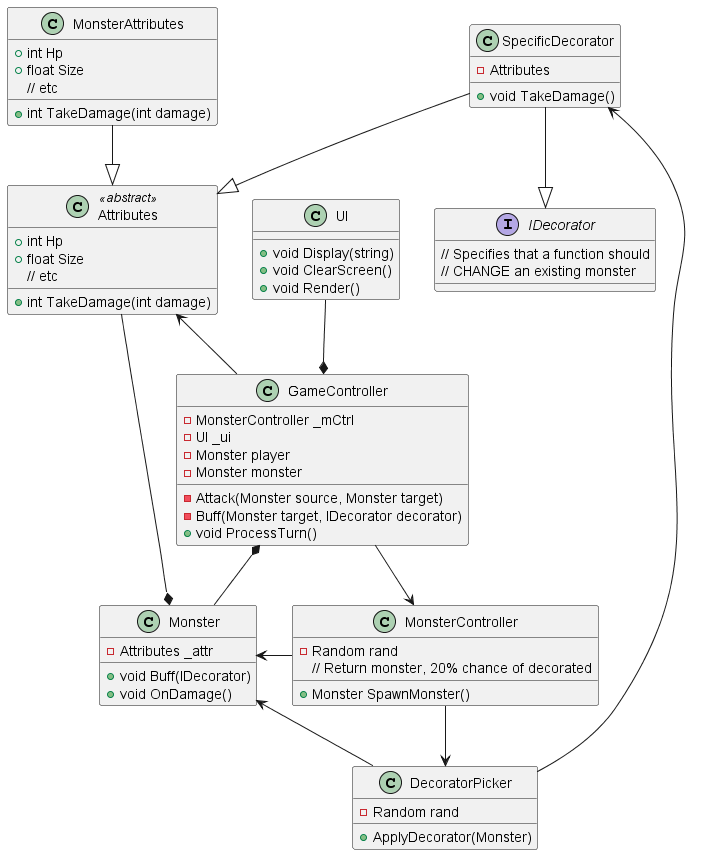
The PlantUML diagram Docs/out/sample_cd/sample_cd.png in MarcinSzymanek/SD_Decorator, before a commit.
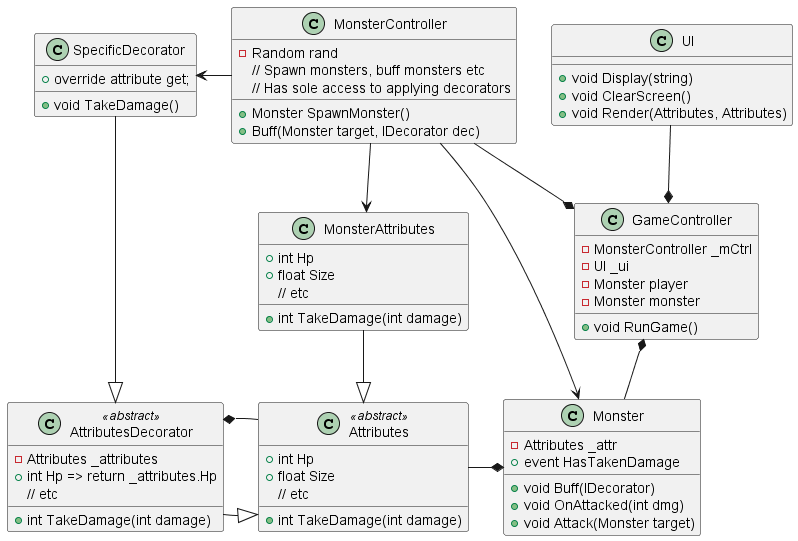
The same diagram one commit later.

Commit message:
Fixed class diagram

Change to the diagram source:
```diff
@@ -1,32 +1,28 @@
 @startuml
 
 MonsterController -u> Monster
-
+SpecificDecorator <- MonsterController
+MonsterController -d-> MonsterAttributes
 MonsterAttributes --|> Attributes
-Attributes <-- GameController
-GameController --> MonsterController
+GameController *-l- MonsterController
 GameController *-- Monster
 UI --* GameController
-MonsterController --> DecoratorPicker
-SpecificDecorator <-- DecoratorPicker
-DecoratorPicker -u-> Monster
-SpecificDecorator --|> Attributes
-SpecificDecorator --|> IDecorator
-Attributes --* Monster
+SpecificDecorator --|> AttributesDecorator
+AttributesDecorator --|> Attributes
+AttributesDecorator *- Attributes
+
+Attributes -r-* Monster
 
 class Monster{
     - Attributes _attr
     + void Buff(IDecorator)
-    + void OnDamage()
-}
-
-class DecoratorPicker{
-    - Random rand
-    + ApplyDecorator(Monster)
+    + event HasTakenDamage
+    + void OnAttacked(int dmg)
+    + void Attack(Monster target)
 }
 
 class SpecificDecorator{
-    - Attributes
+    + override attribute get;
     + void TakeDamage()
 }
 
@@ -35,15 +31,20 @@
     - UI _ui
     - Monster player
     - Monster monster
-    - Attack(Monster source, Monster target)
-    - Buff(Monster target, IDecorator decorator)
-    + void ProcessTurn()
 
+    + void RunGame()
 }
 
 class Attributes <<abstract>>{
     + int Hp
     + float Size
+    + int TakeDamage(int damage)
+    // etc
+}
+
+class AttributesDecorator<<abstract>>{
+    - Attributes _attributes
+    + int Hp => return _attributes.Hp
     + int TakeDamage(int damage)
     // etc
 }
@@ -55,15 +56,12 @@
     // etc
 }
 
-interface IDecorator{
-    // Specifies that a function should
-    // CHANGE an existing monster
-}
-
 class MonsterController{
     - Random rand
-    // Return monster, 20% chance of decorated
+    // Spawn monsters, buff monsters etc
+    // Has sole access to applying decorators
     + Monster SpawnMonster()
+    + Buff(Monster target, IDecorator dec)
 }
 
 
@@ -71,7 +69,7 @@
 class UI{
     + void Display(string)
     + void ClearScreen()
-    + void Render()
+    + void Render(Attributes, Attributes)
 }
 
 
```
